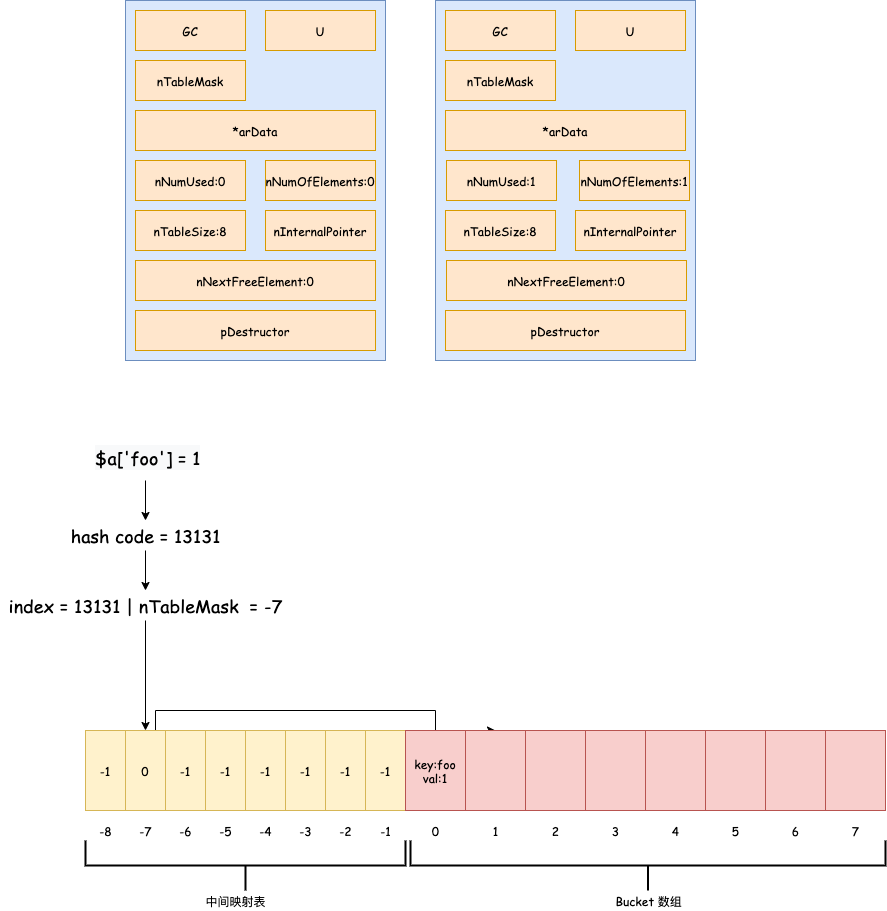
Earlier version of the draw.io export php数组新增1.png (350258655/image). Source tidied: cells renumbered, new cells last; positions are measured from the earlier drawing's top-left corner, leaving out a move shared by most shapes.
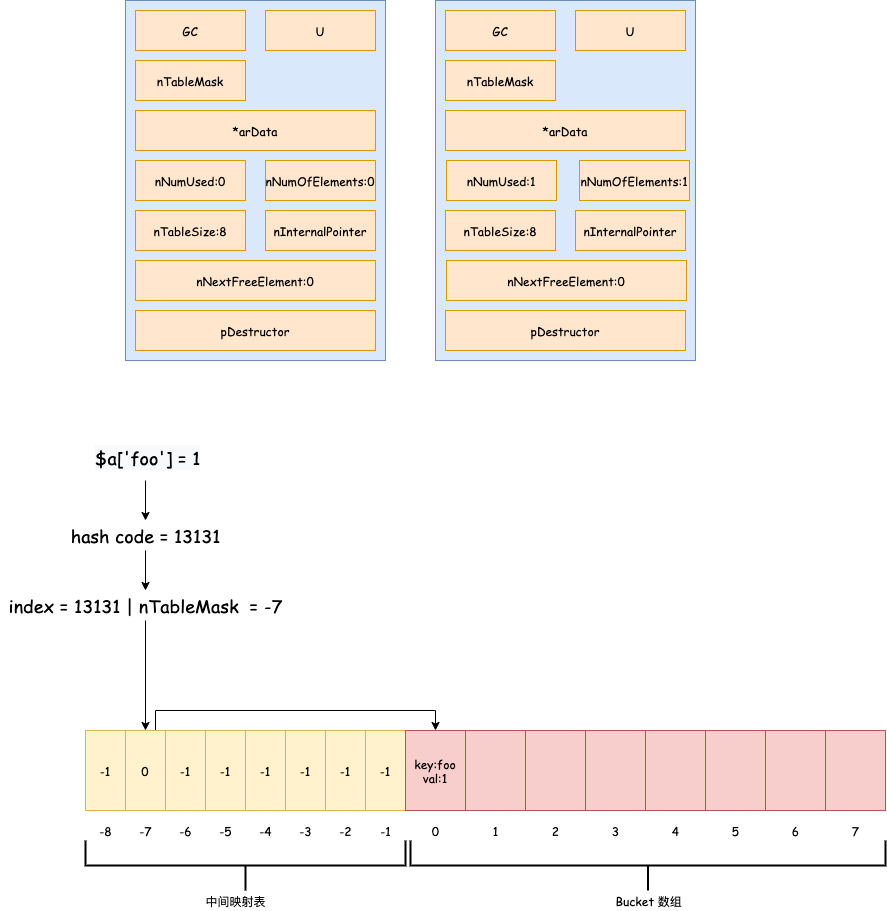
Above is the later version.

Commit message:
更新php数组新增1.png

Diff of the diagram source:
```diff
@@ -35,19 +35,12 @@
     <mxCell id="12" value="pDestructor" style="rounded=0;whiteSpace=wrap;html=1;fontFamily=Comic Sans MS;fillColor=#ffe6cc;strokeColor=#d79b00;" parent="1" vertex="1">
       <mxGeometry x="445" y="310" width="240" height="40" as="geometry" />
     </mxCell>
-    <mxCell id="13" style="edgeStyle=orthogonalEdgeStyle;rounded=0;jettySize=auto;html=1;exitX=0.75;exitY=0;exitDx=0;exitDy=0;entryX=0.5;entryY=0;entryDx=0;entryDy=0;" parent="1" edge="1" source="14" target="23">
-      <mxGeometry relative="1" as="geometry">
-        <Array as="points">
-          <mxPoint x="155" y="730" />
-          <mxPoint x="155" y="710" />
-          <mxPoint x="435" y="710" />
-          <mxPoint x="435" y="730" />
-        </Array>
-      </mxGeometry>
-    </mxCell>
     <mxCell id="14" value="-1" style="rounded=0;whiteSpace=wrap;html=1;fontFamily=Comic Sans MS;fillColor=#fff2cc;strokeColor=#d6b656;" parent="1" vertex="1">
       <mxGeometry x="85" y="730" width="40" height="80" as="geometry" />
     </mxCell>
+    <mxCell id="67" style="edgeStyle=orthogonalEdgeStyle;rounded=0;jettySize=auto;html=1;exitX=0.75;exitY=0;exitDx=0;exitDy=0;entryX=0.5;entryY=0;entryDx=0;entryDy=0;" parent="1" edge="1" source="15" target="22">
+      <mxGeometry relative="1" as="geometry" />
+    </mxCell>
     <mxCell id="15" value="0" style="rounded=0;whiteSpace=wrap;html=1;fontFamily=Comic Sans MS;fillColor=#fff2cc;strokeColor=#d6b656;" parent="1" vertex="1">
       <mxGeometry x="125" y="730" width="40" height="80" as="geometry" />
     </mxCell>
```
